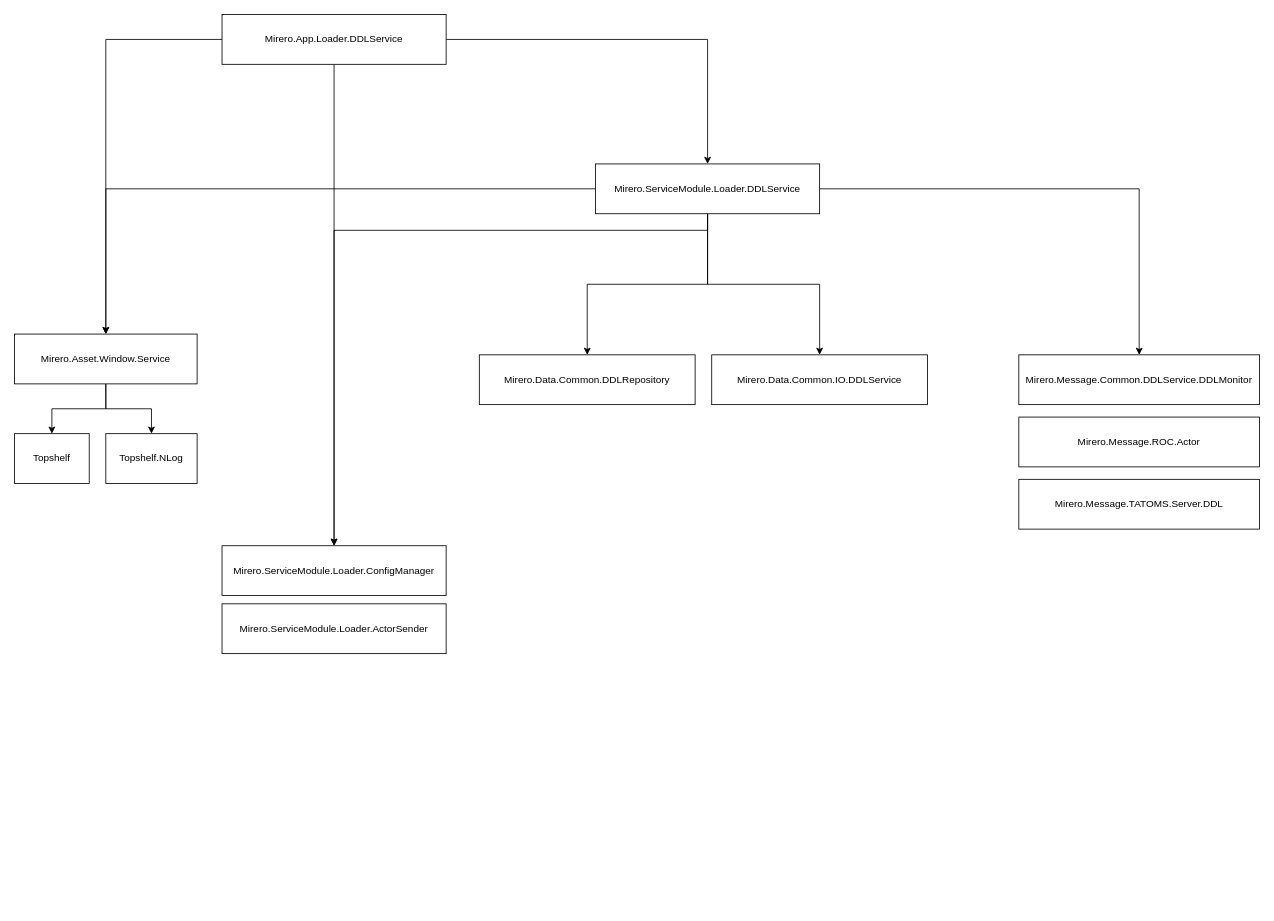
The draw.io diagram UML/mirero/Loader.drawio in rhkdguskim/Study, before the edit. Source tidied: cells renumbered, new cells numbered last; positions are measured from the earlier drawing's top-left corner, leaving out a move shared by most shapes. Both pictures are drawn from the tidied source at 83%, with x=0, y=0 at pixel (14, 14).
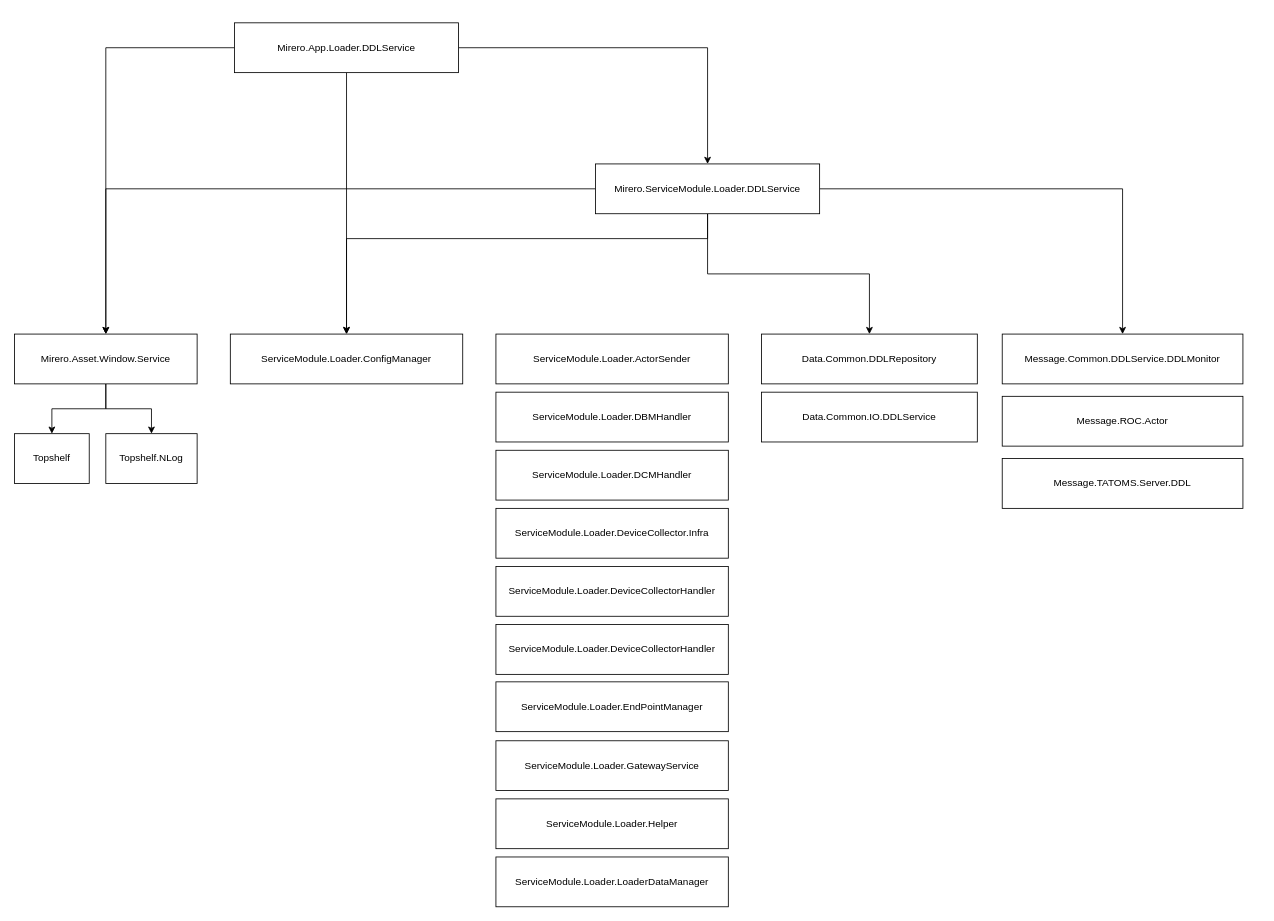
After the change.

Unchanged cells that the change refers to:
```xml
<mxCell id="15" value="Mirero.ServiceModule.Loader.DDLService" style="rounded=0;whiteSpace=wrap;html=1;" parent="1" vertex="1">
  <mxGeometry x="700" y="180" width="270" height="60" as="geometry" />
</mxCell>
```

Diff of the diagram source:
```diff
@@
-    <mxCell id="2" style="edgeStyle=orthogonalEdgeStyle;rounded=0;jettySize=auto;html=1;entryX=0.5;entryY=0;entryDx=0;entryDy=0;" parent="1" edge="1" source="5" target="9">
-      <mxGeometry relative="1" as="geometry" />
-    </mxCell>
@@
+    <mxCell id="2" style="edgeStyle=orthogonalEdgeStyle;rounded=0;jettySize=auto;html=1;entryX=0.5;entryY=0;entryDx=0;entryDy=0;" parent="1" edge="1" source="5" target="9">
+      <mxGeometry relative="1" as="geometry" />
+    </mxCell>
     <mxCell id="5" value="Mirero.App.Loader.DDLService" style="rounded=0;whiteSpace=wrap;html=1;" parent="1" vertex="1">
-      <mxGeometry x="250" width="270" height="60" as="geometry" />
+      <mxGeometry x="265" y="10" width="270" height="60" as="geometry" />
     </mxCell>
@@
-    <mxCell id="9" value="Mirero.ServiceModule.Loader.ConfigManager" style="rounded=0;whiteSpace=wrap;html=1;" parent="1" vertex="1">
-      <mxGeometry x="250" y="640" width="270" height="60" as="geometry" />
+    <mxCell id="9" value="ServiceModule.Loader.ConfigManager" style="rounded=0;whiteSpace=wrap;html=1;" parent="1" vertex="1">
+      <mxGeometry x="260" y="385" width="280" height="60" as="geometry" />
     </mxCell>
@@
+    <mxCell id="14" style="edgeStyle=orthogonalEdgeStyle;rounded=0;jettySize=auto;html=1;entryX=0.5;entryY=0;entryDx=0;entryDy=0;" parent="1" edge="1" source="15" target="20">
+      <mxGeometry relative="1" as="geometry" />
+    </mxCell>
     <mxCell id="12" style="edgeStyle=orthogonalEdgeStyle;rounded=0;jettySize=auto;html=1;entryX=0.5;entryY=0;entryDx=0;entryDy=0;" parent="1" edge="1" source="15" target="9">
       <mxGeometry relative="1" as="geometry">
         <Array as="points">
-          <mxPoint x="835" y="260" />
-          <mxPoint x="385" y="260" />
+          <mxPoint x="835" y="270" />
+          <mxPoint x="400" y="270" />
         </Array>
       </mxGeometry>
     </mxCell>
-    <mxCell id="13" style="edgeStyle=orthogonalEdgeStyle;rounded=0;jettySize=auto;html=1;entryX=0.5;entryY=0;entryDx=0;entryDy=0;" parent="1" edge="1" source="15" target="19">
-      <mxGeometry relative="1" as="geometry" />
-    </mxCell>
-    <mxCell id="14" style="edgeStyle=orthogonalEdgeStyle;rounded=0;jettySize=auto;html=1;entryX=0.5;entryY=0;entryDx=0;entryDy=0;" parent="1" edge="1" source="15" target="20">
-      <mxGeometry relative="1" as="geometry" />
-    </mxCell>
@@
-    <mxCell id="18" value="Mirero.Data.Common.DDLRepository" style="rounded=0;whiteSpace=wrap;html=1;" parent="1" vertex="1">
-      <mxGeometry x="560" y="410" width="260" height="60" as="geometry" />
+    <mxCell id="18" value="Data.Common.DDLRepository" style="rounded=0;whiteSpace=wrap;html=1;" parent="1" vertex="1">
+      <mxGeometry x="900" y="385" width="260" height="60" as="geometry" />
     </mxCell>
-    <mxCell id="19" value="Mirero.Data.Common.IO.DDLService" style="rounded=0;whiteSpace=wrap;html=1;" parent="1" vertex="1">
-      <mxGeometry x="840" y="410" width="260" height="60" as="geometry" />
+    <mxCell id="19" value="Data.Common.IO.DDLService" style="rounded=0;whiteSpace=wrap;html=1;" parent="1" vertex="1">
+      <mxGeometry x="900" y="455" width="260" height="60" as="geometry" />
     </mxCell>
-    <mxCell id="20" value="Mirero.Message.Common.DDLService.DDLMonitor" style="rounded=0;whiteSpace=wrap;html=1;" parent="1" vertex="1">
-      <mxGeometry x="1210" y="410" width="290" height="60" as="geometry" />
+    <mxCell id="20" value="Message.Common.DDLService.DDLMonitor" style="rounded=0;whiteSpace=wrap;html=1;" parent="1" vertex="1">
+      <mxGeometry x="1190" y="385" width="290" height="60" as="geometry" />
     </mxCell>
-    <mxCell id="21" value="Mirero.Message.ROC.Actor" style="rounded=0;whiteSpace=wrap;html=1;" parent="1" vertex="1">
-      <mxGeometry x="1210" y="485" width="290" height="60" as="geometry" />
+    <mxCell id="21" value="Message.ROC.Actor" style="rounded=0;whiteSpace=wrap;html=1;" parent="1" vertex="1">
+      <mxGeometry x="1190" y="460" width="290" height="60" as="geometry" />
     </mxCell>
-    <mxCell id="22" value="Mirero.Message.TATOMS.Server.DDL" style="rounded=0;whiteSpace=wrap;html=1;" parent="1" vertex="1">
-      <mxGeometry x="1210" y="560" width="290" height="60" as="geometry" />
+    <mxCell id="22" value="Message.TATOMS.Server.DDL" style="rounded=0;whiteSpace=wrap;html=1;" parent="1" vertex="1">
+      <mxGeometry x="1190" y="535" width="290" height="60" as="geometry" />
     </mxCell>
-    <mxCell id="23" value="Mirero.ServiceModule.Loader.ActorSender" style="rounded=0;whiteSpace=wrap;html=1;" parent="1" vertex="1">
-      <mxGeometry x="250" y="710" width="270" height="60" as="geometry" />
+    <mxCell id="23" value="ServiceModule.Loader.ActorSender" style="rounded=0;whiteSpace=wrap;html=1;" parent="1" vertex="1">
+      <mxGeometry x="580" y="385" width="280" height="60" as="geometry" />
     </mxCell>
+    <mxCell id="24" value="ServiceModule.Loader.DBMHandler" style="rounded=0;whiteSpace=wrap;html=1;" parent="1" vertex="1">
+      <mxGeometry x="580" y="455" width="280" height="60" as="geometry" />
+    </mxCell>
+    <mxCell id="25" value="ServiceModule.Loader.DCMHandler" style="rounded=0;whiteSpace=wrap;html=1;" parent="1" vertex="1">
+      <mxGeometry x="580" y="525" width="280" height="60" as="geometry" />
+    </mxCell>
+    <mxCell id="26" value="ServiceModule.Loader.DeviceCollector.Infra" style="rounded=0;whiteSpace=wrap;html=1;" parent="1" vertex="1">
+      <mxGeometry x="580" y="595" width="280" height="60" as="geometry" />
+    </mxCell>
+    <mxCell id="27" value="ServiceModule.Loader.DeviceCollectorHandler" style="rounded=0;whiteSpace=wrap;html=1;" parent="1" vertex="1">
+      <mxGeometry x="580" y="665" width="280" height="60" as="geometry" />
+    </mxCell>
+    <mxCell id="28" value="ServiceModule.Loader.DeviceCollectorHandler" style="rounded=0;whiteSpace=wrap;html=1;" parent="1" vertex="1">
+      <mxGeometry x="580" y="735" width="280" height="60" as="geometry" />
+    </mxCell>
+    <mxCell id="29" value="ServiceModule.Loader.EndPointManager" style="rounded=0;whiteSpace=wrap;html=1;" parent="1" vertex="1">
+      <mxGeometry x="580" y="804" width="280" height="60" as="geometry" />
+    </mxCell>
+    <mxCell id="30" value="ServiceModule.Loader.GatewayService" style="rounded=0;whiteSpace=wrap;html=1;" parent="1" vertex="1">
+      <mxGeometry x="580" y="875" width="280" height="60" as="geometry" />
+    </mxCell>
+    <mxCell id="31" value="ServiceModule.Loader.Helper" style="rounded=0;whiteSpace=wrap;html=1;" parent="1" vertex="1">
+      <mxGeometry x="580" y="945" width="280" height="60" as="geometry" />
+    </mxCell>
+    <mxCell id="32" value="ServiceModule.Loader.LoaderDataManager" style="rounded=0;whiteSpace=wrap;html=1;" parent="1" vertex="1">
+      <mxGeometry x="580" y="1015" width="280" height="60" as="geometry" />
+    </mxCell>
```
